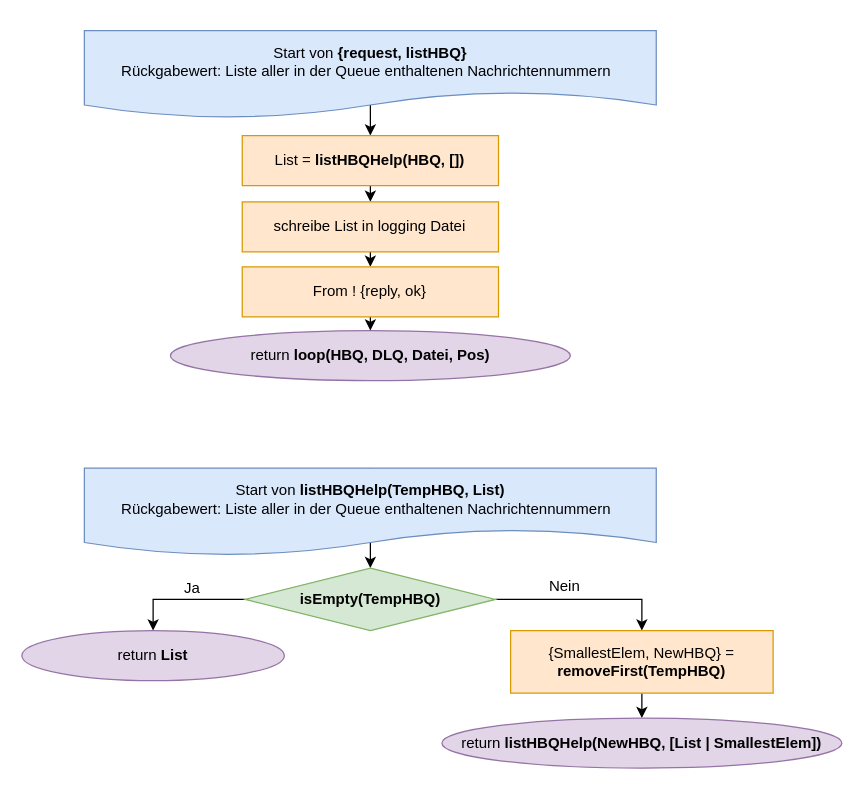
krisschaaf/Hausarbeit_Erlang_Queues keeps this draw.io diagram as Grafiken:Bilder/draw.io/HBQ/5. listHBQ .drawio. Above is the earlier version. Source tidied: cells renumbered, new cells numbered last; positions are measured from the earlier drawing's top-left corner, leaving out a move shared by most shapes. Both pictures are drawn from the tidied source at 125%, with x=0, y=0 at pixel (21, 30).
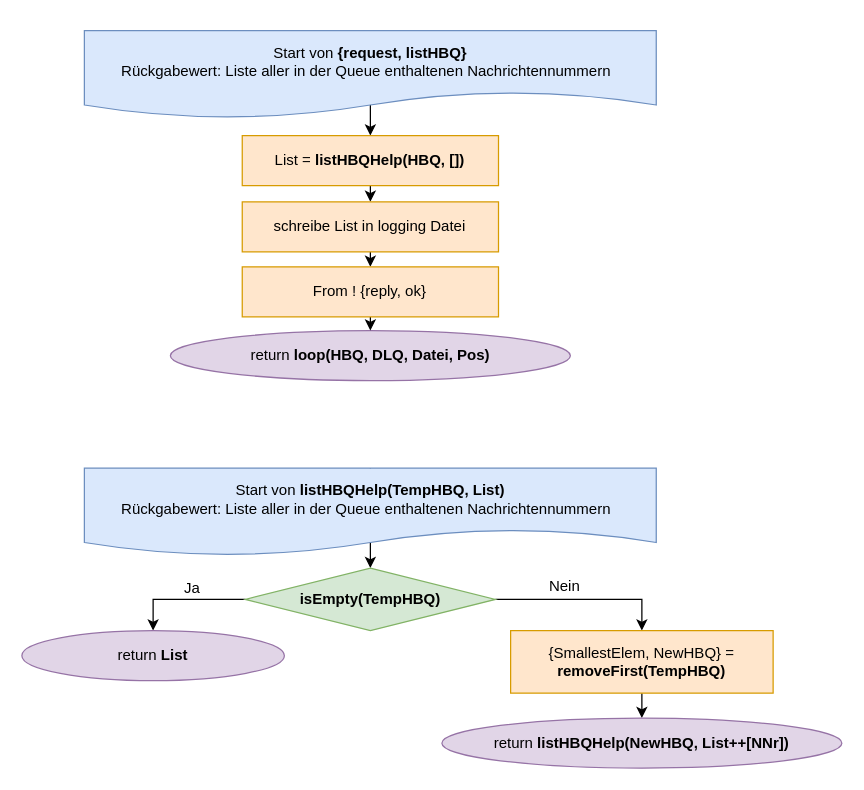
The same page after the edit.

Diff of the diagram source:
```diff
@@
-    <mxCell id="19" value="return &lt;b&gt;listHBQHelp(NewHBQ, [List | SmallestElem])&lt;/b&gt;" style="ellipse;whiteSpace=wrap;html=1;rounded=0;fillColor=#e1d5e7;strokeColor=#9673a6;" parent="1" vertex="1">
+    <mxCell id="19" value="return &lt;b&gt;listHBQHelp(NewHBQ, List++[NNr])&lt;/b&gt;" style="ellipse;whiteSpace=wrap;html=1;rounded=0;fillColor=#e1d5e7;strokeColor=#9673a6;" parent="1" vertex="1">
       <mxGeometry x="336" y="550" width="320" height="40" as="geometry" />
     </mxCell>
```
